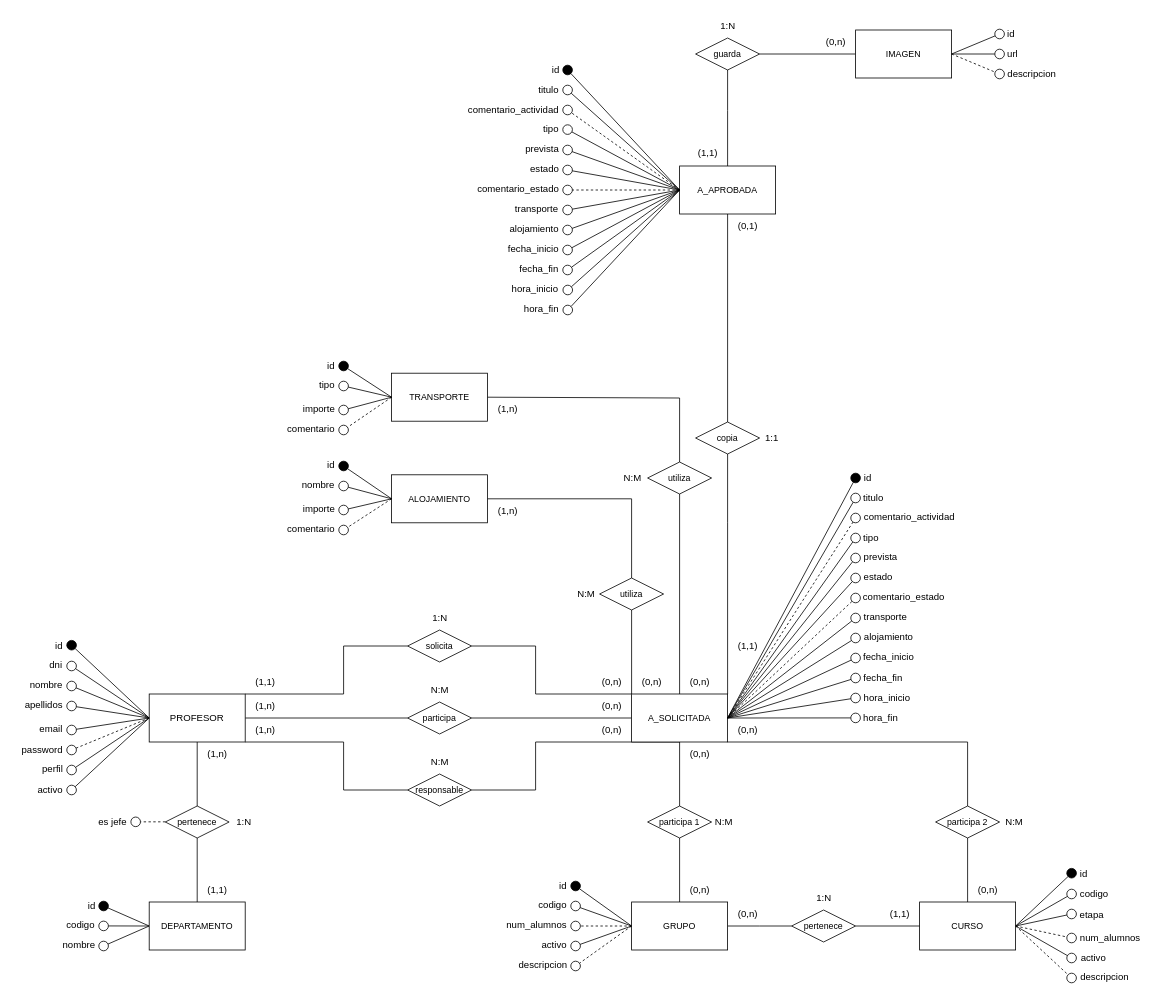
Before: Base de Datos/Diagramas/acex_entidad_relacion.drawio in LuisIzquierdoGutierrez/Reto, a draw.io diagram. Source tidied: cells renumbered, new cells numbered last; positions are measured from the earlier drawing's top-left corner, leaving out a move shared by most shapes. Both pictures are drawn from the tidied source at 80%, with x=0, y=0 at pixel (14, 14).
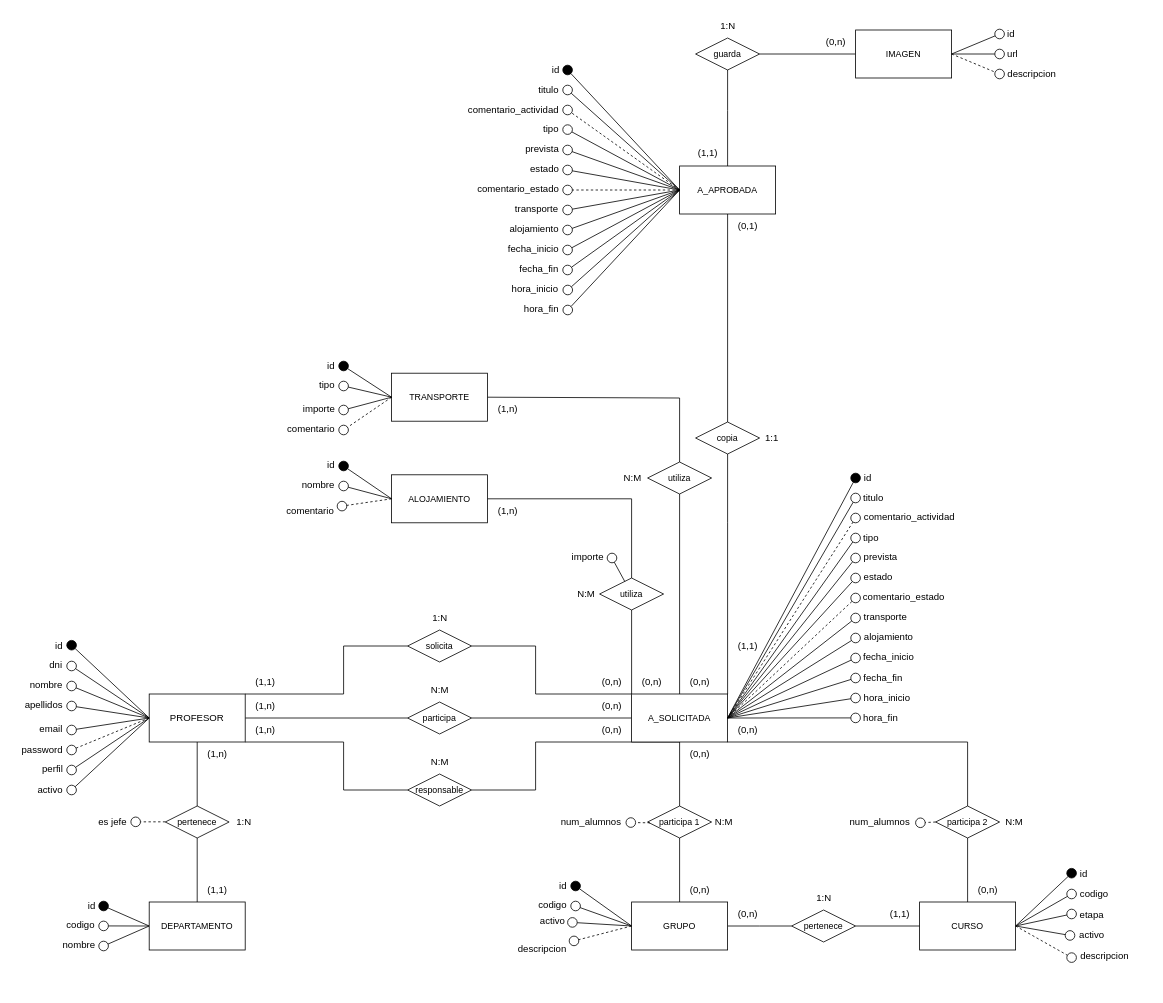
The same diagram, later.

Unchanged cells that the change refers to:
```xml
<mxCell id="27" value="CURSO" style="whiteSpace=wrap;html=1;fontFamily=Helvetica;fontSize=11;fontColor=default;" parent="1" vertex="1">
  <mxGeometry x="1132" y="1110" width="120" height="60" as="geometry" />
</mxCell>
<mxCell id="34" value="GRUPO" style="whiteSpace=wrap;html=1;fontFamily=Helvetica;fontSize=11;fontColor=default;" parent="1" vertex="1">
  <mxGeometry x="772" y="1110" width="120" height="60" as="geometry" />
</mxCell>
<mxCell id="50" value="participa 2" style="rhombus;whiteSpace=wrap;html=1;fontFamily=Helvetica;fontSize=11;fontColor=default;" parent="1" vertex="1">
  <mxGeometry x="1152" y="990" width="80" height="40" as="geometry" />
</mxCell>
<mxCell id="76" value="ALOJAMIENTO" style="whiteSpace=wrap;html=1;fontFamily=Helvetica;fontSize=11;fontColor=default;" parent="1" vertex="1">
  <mxGeometry x="472" y="576" width="120" height="60" as="geometry" />
</mxCell>
<mxCell id="78" value="utiliza" style="rhombus;whiteSpace=wrap;html=1;fontFamily=Helvetica;fontSize=11;fontColor=default;" parent="1" vertex="1">
  <mxGeometry x="732" y="705" width="80" height="40" as="geometry" />
</mxCell>
```

The edit, as a diff of the source:
```diff
@@
-    <mxCell id="22" style="edgeStyle=none;rounded=0;jettySize=auto;html=1;exitX=1;exitY=0.5;exitDx=0;exitDy=0;shadow=0;labelBackgroundColor=#0A0A0A;startFill=0;endArrow=oval;endFill=0;endSize=12;dashed=1;" parent="1" edge="1" source="27">
-      <mxGeometry relative="1" as="geometry">
-        <mxPoint x="1322" y="1155" as="targetPoint" />
-      </mxGeometry>
-    </mxCell>
     <mxCell id="23" style="edgeStyle=none;rounded=0;jettySize=auto;html=1;exitX=1;exitY=0.5;exitDx=0;exitDy=0;shadow=0;labelBackgroundColor=#0A0A0A;startFill=0;endArrow=oval;endFill=0;endSize=12;" parent="1" edge="1" source="27">
       <mxGeometry relative="1" as="geometry">
-        <mxPoint x="1322" y="1180" as="targetPoint" />
+        <mxPoint x="1320" y="1151.8" as="targetPoint" />
       </mxGeometry>
     </mxCell>
@@
-    <mxCell id="30" style="edgeStyle=none;shape=connector;rounded=0;jettySize=auto;html=1;exitX=0;exitY=0.5;exitDx=0;exitDy=0;labelBackgroundColor=default;fontFamily=Helvetica;fontSize=11;fontColor=default;startArrow=none;startFill=0;endArrow=oval;endFill=0;endSize=12;strokeColor=default;dashed=1;" parent="1" edge="1" source="34">
-      <mxGeometry relative="1" as="geometry">
-        <mxPoint x="702" y="1140" as="targetPoint" />
-      </mxGeometry>
-    </mxCell>
-    <mxCell id="31" style="rounded=0;jettySize=auto;html=1;exitX=0;exitY=0.5;exitDx=0;exitDy=0;endArrow=oval;endFill=0;endSize=12;" parent="1" edge="1" source="34">
-      <mxGeometry relative="1" as="geometry">
-        <mxPoint x="702" y="1165" as="targetPoint" />
-      </mxGeometry>
+    <mxCell id="31" style="rounded=0;jettySize=auto;html=1;exitX=0;exitY=0.5;exitDx=0;exitDy=0;endArrow=oval;endFill=0;endSize=12;" parent="1" edge="1" source="34" target="68">
+      <mxGeometry relative="1" as="geometry" />
     </mxCell>
@@
-    <mxCell id="67" value="num_alumnos" style="text;html=1;align=center;verticalAlign=middle;strokeColor=none;fillColor=none;" parent="1" vertex="1">
-      <mxGeometry x="603" y="1124" width="100" height="30" as="geometry" />
-    </mxCell>
     <mxCell id="68" value="activo" style="text;html=1;align=center;verticalAlign=middle;points=[];strokeColor=none;fillColor=none;" parent="1" vertex="1">
-      <mxGeometry x="650" y="1149" width="50" height="30" as="geometry" />
+      <mxGeometry x="648" y="1119" width="50" height="30" as="geometry" />
     </mxCell>
     <mxCell id="69" style="edgeStyle=none;rounded=0;jettySize=auto;html=1;exitX=1;exitY=0.5;exitDx=0;exitDy=0;shadow=0;labelBackgroundColor=#0A0A0A;startFill=0;endArrow=oval;endFill=0;endSize=12;dashed=1;" parent="1" edge="1" source="27">
       <mxGeometry relative="1" as="geometry">
-        <mxPoint x="1322" y="1205" as="targetPoint" />
+        <mxPoint x="1322" y="1179.5" as="targetPoint" />
       </mxGeometry>
     </mxCell>
@@
     <mxCell id="72" value="descripcion" style="text;html=1;align=center;verticalAlign=middle;strokeColor=none;fillColor=none;" parent="1" vertex="1">
-      <mxGeometry x="1323" y="1188.5" width="80" height="30" as="geometry" />
+      <mxGeometry x="1323" y="1163" width="80" height="30" as="geometry" />
     </mxCell>
@@
-    <mxCell id="74" value="num_alumnos" style="text;html=1;align=center;verticalAlign=middle;strokeColor=none;fillColor=none;" parent="1" vertex="1">
-      <mxGeometry x="1320" y="1139.5" width="100" height="30" as="geometry" />
-    </mxCell>
     <mxCell id="75" value="activo" style="text;html=1;align=center;verticalAlign=middle;strokeColor=none;fillColor=none;" parent="1" vertex="1">
-      <mxGeometry x="1324" y="1164.5" width="50" height="30" as="geometry" />
+      <mxGeometry x="1322" y="1136.2" width="50" height="30" as="geometry" />
     </mxCell>
@@
-    <mxCell id="81" style="edgeStyle=none;rounded=0;jettySize=auto;html=1;exitX=0;exitY=0.5;exitDx=0;exitDy=0;shadow=0;labelBackgroundColor=#0A0A0A;startFill=0;endArrow=oval;endFill=0;endSize=12;" parent="1" edge="1" source="76">
-      <mxGeometry relative="1" as="geometry">
-        <mxPoint x="412" y="620" as="targetPoint" />
-      </mxGeometry>
-    </mxCell>
@@
-    <mxCell id="84" value="importe" style="text;html=1;align=center;verticalAlign=middle;strokeColor=none;fillColor=none;" parent="1" vertex="1">
-      <mxGeometry x="351" y="604" width="60" height="30" as="geometry" />
-    </mxCell>
@@
-    <mxCell id="172" style="edgeStyle=none;shape=connector;rounded=0;jettySize=auto;html=1;labelBackgroundColor=default;fontFamily=Helvetica;fontSize=11;fontColor=default;startArrow=none;startFill=0;endArrow=oval;endFill=0;endSize=12;strokeColor=default;dashed=1;exitX=0;exitY=0.5;exitDx=0;exitDy=0;" parent="1" edge="1" source="34">
-      <mxGeometry relative="1" as="geometry">
-        <mxPoint x="702" y="1190" as="targetPoint" />
-      </mxGeometry>
+    <mxCell id="172" style="edgeStyle=none;shape=connector;rounded=0;jettySize=auto;html=1;labelBackgroundColor=default;fontFamily=Helvetica;fontSize=11;fontColor=default;startArrow=none;startFill=0;endArrow=oval;endFill=0;endSize=12;strokeColor=default;dashed=1;exitX=0;exitY=0.5;exitDx=0;exitDy=0;" parent="1" edge="1" source="34" target="173">
+      <mxGeometry relative="1" as="geometry" />
     </mxCell>
     <mxCell id="173" value="descripcion" style="text;html=1;align=center;verticalAlign=middle;points=[];strokeColor=none;fillColor=none;" parent="1" vertex="1">
-      <mxGeometry x="621" y="1174" width="80" height="30" as="geometry" />
+      <mxGeometry x="620" y="1154" width="80" height="30" as="geometry" />
     </mxCell>
-    <mxCell id="174" style="edgeStyle=none;rounded=0;jettySize=auto;html=1;exitX=0;exitY=0.5;exitDx=0;exitDy=0;shadow=0;labelBackgroundColor=#0A0A0A;startFill=0;endArrow=oval;endFill=0;endSize=12;dashed=1;" parent="1" edge="1" source="76">
-      <mxGeometry relative="1" as="geometry">
-        <mxPoint x="412" y="645" as="targetPoint" />
-      </mxGeometry>
+    <mxCell id="174" style="edgeStyle=none;rounded=0;jettySize=auto;html=1;exitX=0;exitY=0.5;exitDx=0;exitDy=0;shadow=0;labelBackgroundColor=#0A0A0A;startFill=0;endArrow=oval;endFill=0;endSize=12;dashed=1;" parent="1" edge="1" source="76" target="175">
+      <mxGeometry relative="1" as="geometry" />
     </mxCell>
     <mxCell id="175" value="comentario" style="text;html=1;align=center;verticalAlign=middle;points=[];strokeColor=none;fillColor=none;" parent="1" vertex="1">
-      <mxGeometry x="331" y="629" width="80" height="30" as="geometry" />
+      <mxGeometry x="330" y="606" width="80" height="30" as="geometry" />
     </mxCell>
@@
+    <mxCell id="199" style="edgeStyle=none;rounded=0;jettySize=auto;html=1;exitX=0;exitY=0.5;exitDx=0;exitDy=0;shadow=0;labelBackgroundColor=#0A0A0A;startFill=0;endArrow=oval;endFill=0;endSize=12;dashed=1;entryX=1.01;entryY=0.533;entryDx=0;entryDy=0;entryPerimeter=0;" parent="1" edge="1" source="50" target="200">
+      <mxGeometry relative="1" as="geometry" />
+    </mxCell>
+    <mxCell id="200" value="num_alumnos" style="text;html=1;align=center;verticalAlign=middle;points=[];strokeColor=none;fillColor=none;" parent="1" vertex="1">
+      <mxGeometry x="1032" y="995" width="100" height="30" as="geometry" />
+    </mxCell>
+    <mxCell id="201" style="edgeStyle=none;shape=connector;rounded=0;jettySize=auto;html=1;exitX=0;exitY=0.5;exitDx=0;exitDy=0;labelBackgroundColor=default;fontFamily=Helvetica;fontSize=11;fontColor=default;startArrow=none;startFill=0;endArrow=oval;endFill=0;endSize=12;strokeColor=default;dashed=1;" parent="1" edge="1" target="202">
+      <mxGeometry relative="1" as="geometry">
+        <mxPoint x="795" y="1011" as="sourcePoint" />
+      </mxGeometry>
+    </mxCell>
+    <mxCell id="202" value="num_alumnos" style="text;html=1;align=center;verticalAlign=middle;points=[];strokeColor=none;fillColor=none;" parent="1" vertex="1">
+      <mxGeometry x="671" y="995" width="100" height="30" as="geometry" />
+    </mxCell>
+    <mxCell id="203" style="edgeStyle=none;rounded=0;jettySize=auto;html=1;shadow=0;labelBackgroundColor=#0A0A0A;startFill=0;endArrow=oval;endFill=0;endSize=12;" parent="1" edge="1" source="78">
+      <mxGeometry relative="1" as="geometry">
+        <mxPoint x="747.5" y="680" as="targetPoint" />
+      </mxGeometry>
+    </mxCell>
+    <mxCell id="84" value="importe" style="text;html=1;align=center;verticalAlign=middle;strokeColor=none;fillColor=none;" parent="1" vertex="1">
+      <mxGeometry x="686.5" y="664" width="60" height="30" as="geometry" />
+    </mxCell>
```
